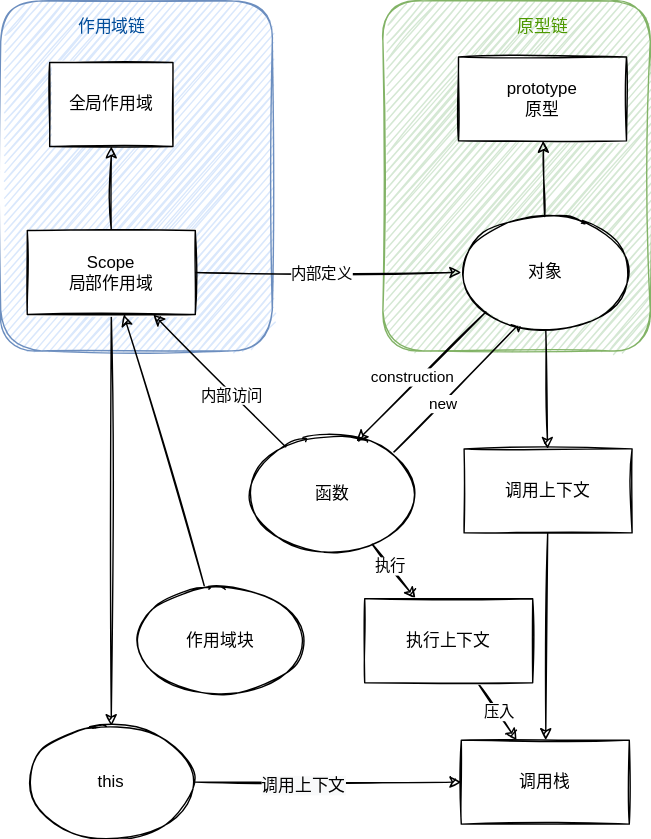
Above: computer/language/ECMAScript/scope&context&prototype.svg in Jie6/draw.io_store_open (draw.io), before the change. Source tidied: cells renumbered, new cells last; positions are measured from the earlier drawing's top-left corner, leaving out a move shared by most shapes. Source of this version:
```xml
<mxGraphModel>
  <root>
    <mxCell id="0" />
    <mxCell id="1" parent="0" />
    <mxCell id="2" style="rounded=1;whiteSpace=wrap;html=1;sketch=1;fillColor=#d5e8d4;strokeColor=#82b366;" parent="1" vertex="1">
      <mxGeometry x="273" width="191" height="250" as="geometry" />
    </mxCell>
    <mxCell id="3" style="rounded=1;whiteSpace=wrap;html=1;sketch=1;fillColor=#dae8fc;strokeColor=#6c8ebf;" parent="1" vertex="1">
      <mxGeometry width="194" height="250" as="geometry" />
    </mxCell>
    <mxCell id="4" style="rounded=0;jettySize=auto;html=1;sketch=1;" parent="1" edge="1" source="8" target="37">
      <mxGeometry relative="1" as="geometry" />
    </mxCell>
    <mxCell id="5" style="edgeStyle=none;rounded=0;sketch=1;jettySize=auto;html=1;" parent="1" edge="1" source="8" target="34">
      <mxGeometry relative="1" as="geometry" />
    </mxCell>
    <mxCell id="6" value="内部定义" style="edgeLabel;html=1;align=center;verticalAlign=middle;" parent="5" vertex="1">
      <mxGeometry x="-0.11" y="1" relative="1" as="geometry">
        <mxPoint x="5" y="1" as="offset" />
      </mxGeometry>
    </mxCell>
    <mxCell id="7" style="edgeStyle=none;rounded=0;sketch=1;jettySize=auto;html=1;" parent="1" edge="1" source="8" target="26">
      <mxGeometry relative="1" as="geometry" />
    </mxCell>
    <mxCell id="8" value="Scope&lt;br&gt;局部作用域" style="rounded=0;whiteSpace=wrap;html=1;sketch=1;" parent="1" vertex="1">
      <mxGeometry x="19" y="164" width="120" height="60" as="geometry" />
    </mxCell>
    <mxCell id="9" style="edgeStyle=none;rounded=0;sketch=1;jettySize=auto;html=1;" parent="1" edge="1" source="15" target="8">
      <mxGeometry relative="1" as="geometry" />
    </mxCell>
    <mxCell id="10" value="内部访问" style="edgeLabel;html=1;align=center;verticalAlign=middle;" parent="9" vertex="1">
      <mxGeometry x="-0.27" y="1" relative="1" as="geometry">
        <mxPoint x="-4" y="-3" as="offset" />
      </mxGeometry>
    </mxCell>
    <mxCell id="11" style="edgeStyle=none;rounded=0;sketch=1;jettySize=auto;html=1;" parent="1" edge="1" source="15" target="20">
      <mxGeometry relative="1" as="geometry" />
    </mxCell>
    <mxCell id="12" value="执行" style="edgeLabel;html=1;align=center;verticalAlign=middle;" parent="11" vertex="1">
      <mxGeometry x="-0.31" y="-1" relative="1" as="geometry">
        <mxPoint x="2" y="1" as="offset" />
      </mxGeometry>
    </mxCell>
    <mxCell id="13" style="edgeStyle=none;rounded=0;sketch=1;jettySize=auto;html=1;exitX=1;exitY=0;exitDx=0;exitDy=0;" parent="1" edge="1" source="15">
      <mxGeometry relative="1" as="geometry">
        <mxPoint x="373" y="228" as="targetPoint" />
      </mxGeometry>
    </mxCell>
    <mxCell id="14" value="new" style="edgeLabel;html=1;align=center;verticalAlign=middle;" parent="13" vertex="1">
      <mxGeometry x="-0.23" y="-1" relative="1" as="geometry" />
    </mxCell>
    <mxCell id="15" value="函数" style="ellipse;whiteSpace=wrap;html=1;sketch=1;" parent="1" vertex="1">
      <mxGeometry x="177" y="312" width="120" height="80" as="geometry" />
    </mxCell>
    <mxCell id="16" style="edgeStyle=none;rounded=0;sketch=1;jettySize=auto;html=1;" parent="1" edge="1" source="17" target="8">
      <mxGeometry relative="1" as="geometry" />
    </mxCell>
    <mxCell id="17" value="作用域块" style="ellipse;whiteSpace=wrap;html=1;sketch=1;" parent="1" vertex="1">
      <mxGeometry x="97" y="417" width="120" height="80" as="geometry" />
    </mxCell>
    <mxCell id="18" style="edgeStyle=none;rounded=0;sketch=1;jettySize=auto;html=1;" parent="1" edge="1" source="20" target="21">
      <mxGeometry relative="1" as="geometry" />
    </mxCell>
    <mxCell id="19" value="压入" style="edgeLabel;html=1;align=center;verticalAlign=middle;" parent="18" vertex="1">
      <mxGeometry x="0.18" relative="1" as="geometry">
        <mxPoint x="-1" y="-3" as="offset" />
      </mxGeometry>
    </mxCell>
    <mxCell id="20" value="执行上下文" style="rounded=0;whiteSpace=wrap;html=1;sketch=1;" parent="1" vertex="1">
      <mxGeometry x="260" y="427" width="120" height="60" as="geometry" />
    </mxCell>
    <mxCell id="21" value="调用栈" style="rounded=0;whiteSpace=wrap;html=1;sketch=1;" parent="1" vertex="1">
      <mxGeometry x="329" y="528" width="120" height="60" as="geometry" />
    </mxCell>
    <mxCell id="22" value="&lt;span style=&quot;color: rgba(0 , 0 , 0 , 0) ; font-family: monospace ; font-size: 0px&quot;&gt;%3CmxGraphModel%3E%3Croot%3E%3CmxCell%20id%3D%220%22%2F%3E%3CmxCell%20id%3D%221%22%20parent%3D%220%22%2F%3E%3CmxCell%20id%3D%222%22%20value%3D%22%E4%BD%9C%E7%94%A8%E5%9F%9F%E9%93%BE%22%20style%3D%22edgeLabel%3Bhtml%3D1%3Balign%3Dcenter%3BverticalAlign%3Dmiddle%3Bresizable%3D0%3Bpoints%3D%5B%5D%3B%22%20vertex%3D%221%22%20connectable%3D%220%22%20parent%3D%221%22%3E%3CmxGeometry%20x%3D%22140.36052315677819%22%20y%3D%22140.11535108728708%22%20as%3D%22geometry%22%2F%3E%3C%2FmxCell%3E%3C%2Froot%3E%3C%2FmxGraphModel%3E&lt;/span&gt;" style="text;html=1;align=center;verticalAlign=middle;strokeColor=none;fillColor=none;" parent="1" vertex="1">
      <mxGeometry x="281" y="312" width="10" height="23" as="geometry" />
    </mxCell>
    <mxCell id="23" value="&lt;span style=&quot;color: rgba(0 , 0 , 0 , 0) ; font-family: monospace ; font-size: 0px&quot;&gt;3CmxGraphModel%3E%3Croot%3E%3CmxCell%20id%3D%220%22%2F%3E%3CmxCell%20id%3D%221%22%20parent%3D%220%22%2F%3E%3CmxCell%20id%3D%222%22%20value%3D%22%E4%BD%9C%E7%94%A8%E5%9F%9F%E9%93%BE%22%20style%3D%22edgeLabel%3Bhtml%3D1%3Balign%3Dcenter%3BverticalAlign%3Dmiddle%3Bresizable%3D0%3Bpoints%3D%5B%5D%3B%22%20vertex%3D%221%22%20connectable%3D%220%22%20parent%3D%221%22%3E%3CmxGeometry%20x%3D%22140.36052315677819%22%20y%3D%22140.11535108728708%22%20as%3D%22geometry%22%2F%3E%3C%2FmxCell%3E%3C%2Froot%3E%3C%2FmxGraphModel%3E&lt;/span&gt;" style="text;html=1;align=center;verticalAlign=middle;strokeColor=none;fillColor=none;" parent="1" vertex="1">
      <mxGeometry x="260" y="322" width="10" height="23" as="geometry" />
    </mxCell>
    <mxCell id="24" style="edgeStyle=none;rounded=0;sketch=1;jettySize=auto;html=1;" parent="1" edge="1" source="26" target="21">
      <mxGeometry relative="1" as="geometry" />
    </mxCell>
    <mxCell id="25" value="&lt;span style=&quot;font-size: 12px ; background-color: rgb(248 , 249 , 250)&quot;&gt;调用上下文&lt;/span&gt;" style="edgeLabel;html=1;align=center;verticalAlign=middle;" parent="24" vertex="1">
      <mxGeometry x="-0.38" y="-2" relative="1" as="geometry">
        <mxPoint x="17" as="offset" />
      </mxGeometry>
    </mxCell>
    <mxCell id="26" value="this&lt;span style=&quot;color: rgba(0 , 0 , 0 , 0) ; font-family: monospace ; font-size: 0px&quot;&gt;%3CmxGraphModel%3E%3Croot%3E%3CmxCell%20id%3D%220%22%2F%3E%3CmxCell%20id%3D%221%22%20parent%3D%220%22%2F%3E%3CmxCell%20id%3D%222%22%20value%3D%22%E8%B0%83%E7%94%A8%E4%B8%8A%E4%B8%8B%E6%96%87%22%20style%3D%22edgeLabel%3Bhtml%3D1%3Balign%3Dcenter%3BverticalAlign%3Dmiddle%3Bresizable%3D0%3Bpoints%3D%5B%5D%3B%22%20vertex%3D%221%22%20connectable%3D%220%22%20parent%3D%221%22%3E%3CmxGeometry%20x%3D%22292.0047059467821%22%20y%3D%22639.620803979748%22%20as%3D%22geometry%22%2F%3E%3C%2FmxCell%3E%3C%2Froot%3E%3C%2FmxGraphModel%3E&lt;/span&gt;" style="ellipse;whiteSpace=wrap;html=1;sketch=1;" parent="1" vertex="1">
      <mxGeometry x="19" y="518" width="120" height="80" as="geometry" />
    </mxCell>
    <mxCell id="27" style="edgeStyle=none;rounded=0;sketch=1;jettySize=auto;html=1;entryX=0.643;entryY=0.033;entryDx=0;entryDy=0;entryPerimeter=0;exitX=0;exitY=1;exitDx=0;exitDy=0;" parent="1" edge="1" source="34" target="15">
      <mxGeometry relative="1" as="geometry" />
    </mxCell>
    <mxCell id="28" value="construction" style="edgeLabel;html=1;align=center;verticalAlign=middle;" parent="27" vertex="1">
      <mxGeometry x="-0.21" y="1" relative="1" as="geometry">
        <mxPoint x="-17" y="9" as="offset" />
      </mxGeometry>
    </mxCell>
    <mxCell id="29" style="edgeStyle=none;rounded=0;sketch=1;jettySize=auto;html=1;" parent="1" edge="1" source="34" target="31">
      <mxGeometry relative="1" as="geometry" />
    </mxCell>
    <mxCell id="30" style="edgeStyle=none;rounded=0;sketch=1;jettySize=auto;html=1;" parent="1" edge="1" source="31" target="21">
      <mxGeometry relative="1" as="geometry" />
    </mxCell>
    <mxCell id="31" value="&lt;span&gt;调用上下文&lt;/span&gt;" style="rounded=0;whiteSpace=wrap;html=1;sketch=1;" parent="1" vertex="1">
      <mxGeometry x="331" y="320" width="120" height="60" as="geometry" />
    </mxCell>
    <mxCell id="32" value="原型链" style="text;html=1;align=center;verticalAlign=middle;strokeColor=none;fillColor=none;fontColor=#4D9900;" parent="1" vertex="1">
      <mxGeometry x="364" y="10" width="46" height="18" as="geometry" />
    </mxCell>
    <mxCell id="33" value="prototype&lt;br&gt;原型" style="rounded=0;whiteSpace=wrap;html=1;sketch=1;" parent="1" vertex="1">
      <mxGeometry x="327" y="40" width="120" height="60" as="geometry" />
    </mxCell>
    <mxCell id="34" value="&lt;span&gt;对象&lt;/span&gt;" style="ellipse;whiteSpace=wrap;html=1;sketch=1;" parent="1" vertex="1">
      <mxGeometry x="329" y="154" width="120" height="80" as="geometry" />
    </mxCell>
    <mxCell id="35" style="edgeStyle=none;rounded=0;sketch=1;jettySize=auto;html=1;" parent="1" edge="1" source="34" target="33">
      <mxGeometry relative="1" as="geometry" />
    </mxCell>
    <mxCell id="36" value="作用域链" style="text;html=1;align=center;verticalAlign=middle;strokeColor=none;fillColor=none;fontColor=#004C99;" parent="1" vertex="1">
      <mxGeometry x="50" y="10" width="58" height="18" as="geometry" />
    </mxCell>
    <mxCell id="37" value="全局作用域" style="rounded=0;whiteSpace=wrap;html=1;sketch=1;" parent="1" vertex="1">
      <mxGeometry x="35" y="44" width="88.1" height="60" as="geometry" />
    </mxCell>
  </root>
</mxGraphModel>
```
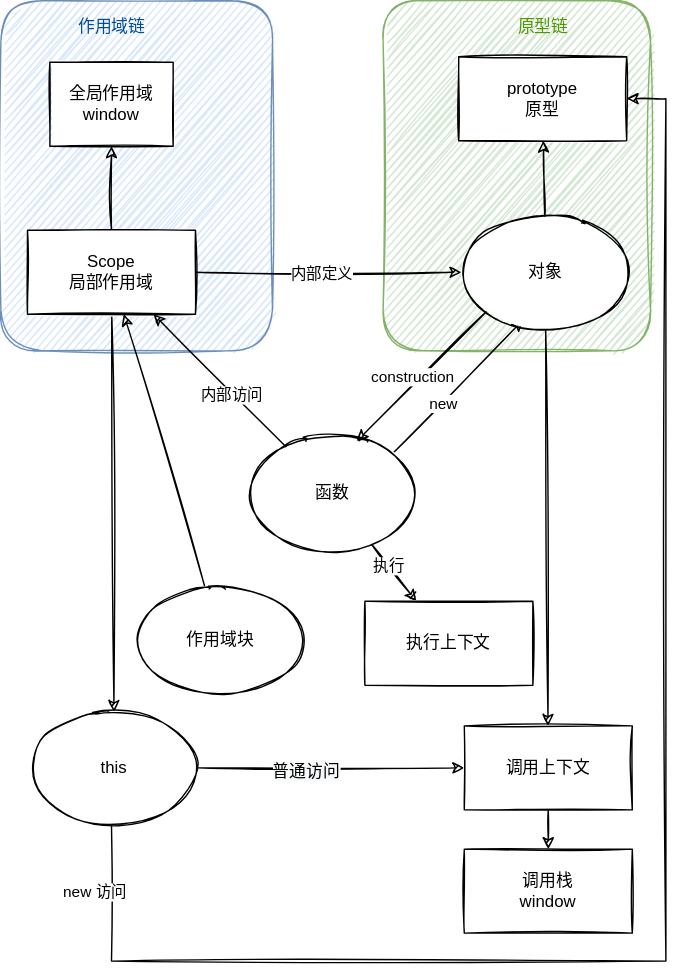
After the change.

Commit message:
:heavy_plus_sign:

Diff of the diagram source:
```diff
@@ -14,7 +14,7 @@
     <mxCell id="5" style="edgeStyle=none;rounded=0;sketch=1;jettySize=auto;html=1;" parent="1" edge="1" source="8" target="34">
       <mxGeometry relative="1" as="geometry" />
     </mxCell>
-    <mxCell id="6" value="内部定义" style="edgeLabel;html=1;align=center;verticalAlign=middle;" parent="5" vertex="1">
+    <mxCell id="6" value="内部定义" style="edgeLabel;html=1;align=center;verticalAlign=middle;sketch=1;" parent="5" vertex="1">
       <mxGeometry x="-0.11" y="1" relative="1" as="geometry">
         <mxPoint x="5" y="1" as="offset" />
       </mxGeometry>
@@ -28,7 +28,7 @@
     <mxCell id="9" style="edgeStyle=none;rounded=0;sketch=1;jettySize=auto;html=1;" parent="1" edge="1" source="15" target="8">
       <mxGeometry relative="1" as="geometry" />
     </mxCell>
-    <mxCell id="10" value="内部访问" style="edgeLabel;html=1;align=center;verticalAlign=middle;" parent="9" vertex="1">
+    <mxCell id="10" value="内部访问" style="edgeLabel;html=1;align=center;verticalAlign=middle;sketch=1;" parent="9" vertex="1">
       <mxGeometry x="-0.27" y="1" relative="1" as="geometry">
         <mxPoint x="-4" y="-3" as="offset" />
       </mxGeometry>
@@ -36,7 +36,7 @@
     <mxCell id="11" style="edgeStyle=none;rounded=0;sketch=1;jettySize=auto;html=1;" parent="1" edge="1" source="15" target="20">
       <mxGeometry relative="1" as="geometry" />
     </mxCell>
-    <mxCell id="12" value="执行" style="edgeLabel;html=1;align=center;verticalAlign=middle;" parent="11" vertex="1">
+    <mxCell id="12" value="执行" style="edgeLabel;html=1;align=center;verticalAlign=middle;sketch=1;" parent="11" vertex="1">
       <mxGeometry x="-0.31" y="-1" relative="1" as="geometry">
         <mxPoint x="2" y="1" as="offset" />
       </mxGeometry>
@@ -46,7 +46,7 @@
         <mxPoint x="373" y="228" as="targetPoint" />
       </mxGeometry>
     </mxCell>
-    <mxCell id="14" value="new" style="edgeLabel;html=1;align=center;verticalAlign=middle;" parent="13" vertex="1">
+    <mxCell id="14" value="new" style="edgeLabel;html=1;align=center;verticalAlign=middle;sketch=1;" parent="13" vertex="1">
       <mxGeometry x="-0.23" y="-1" relative="1" as="geometry" />
     </mxCell>
     <mxCell id="15" value="函数" style="ellipse;whiteSpace=wrap;html=1;sketch=1;" parent="1" vertex="1">
@@ -58,41 +58,47 @@
     <mxCell id="17" value="作用域块" style="ellipse;whiteSpace=wrap;html=1;sketch=1;" parent="1" vertex="1">
       <mxGeometry x="97" y="417" width="120" height="80" as="geometry" />
     </mxCell>
-    <mxCell id="18" style="edgeStyle=none;rounded=0;sketch=1;jettySize=auto;html=1;" parent="1" edge="1" source="20" target="21">
-      <mxGeometry relative="1" as="geometry" />
-    </mxCell>
-    <mxCell id="19" value="压入" style="edgeLabel;html=1;align=center;verticalAlign=middle;" parent="18" vertex="1">
-      <mxGeometry x="0.18" relative="1" as="geometry">
-        <mxPoint x="-1" y="-3" as="offset" />
-      </mxGeometry>
-    </mxCell>
     <mxCell id="20" value="执行上下文" style="rounded=0;whiteSpace=wrap;html=1;sketch=1;" parent="1" vertex="1">
-      <mxGeometry x="260" y="427" width="120" height="60" as="geometry" />
+      <mxGeometry x="260" y="429" width="120" height="60" as="geometry" />
     </mxCell>
-    <mxCell id="21" value="调用栈" style="rounded=0;whiteSpace=wrap;html=1;sketch=1;" parent="1" vertex="1">
-      <mxGeometry x="329" y="528" width="120" height="60" as="geometry" />
+    <mxCell id="21" value="调用栈&lt;br&gt;window" style="rounded=0;whiteSpace=wrap;html=1;sketch=1;" parent="1" vertex="1">
+      <mxGeometry x="331" y="606" width="120" height="60" as="geometry" />
     </mxCell>
-    <mxCell id="22" value="&lt;span style=&quot;color: rgba(0 , 0 , 0 , 0) ; font-family: monospace ; font-size: 0px&quot;&gt;%3CmxGraphModel%3E%3Croot%3E%3CmxCell%20id%3D%220%22%2F%3E%3CmxCell%20id%3D%221%22%20parent%3D%220%22%2F%3E%3CmxCell%20id%3D%222%22%20value%3D%22%E4%BD%9C%E7%94%A8%E5%9F%9F%E9%93%BE%22%20style%3D%22edgeLabel%3Bhtml%3D1%3Balign%3Dcenter%3BverticalAlign%3Dmiddle%3Bresizable%3D0%3Bpoints%3D%5B%5D%3B%22%20vertex%3D%221%22%20connectable%3D%220%22%20parent%3D%221%22%3E%3CmxGeometry%20x%3D%22140.36052315677819%22%20y%3D%22140.11535108728708%22%20as%3D%22geometry%22%2F%3E%3C%2FmxCell%3E%3C%2Froot%3E%3C%2FmxGraphModel%3E&lt;/span&gt;" style="text;html=1;align=center;verticalAlign=middle;strokeColor=none;fillColor=none;" parent="1" vertex="1">
+    <mxCell id="22" value="&lt;span style=&quot;color: rgba(0 , 0 , 0 , 0) ; font-family: monospace ; font-size: 0px&quot;&gt;%3CmxGraphModel%3E%3Croot%3E%3CmxCell%20id%3D%220%22%2F%3E%3CmxCell%20id%3D%221%22%20parent%3D%220%22%2F%3E%3CmxCell%20id%3D%222%22%20value%3D%22%E4%BD%9C%E7%94%A8%E5%9F%9F%E9%93%BE%22%20style%3D%22edgeLabel%3Bhtml%3D1%3Balign%3Dcenter%3BverticalAlign%3Dmiddle%3Bresizable%3D0%3Bpoints%3D%5B%5D%3B%22%20vertex%3D%221%22%20connectable%3D%220%22%20parent%3D%221%22%3E%3CmxGeometry%20x%3D%22140.36052315677819%22%20y%3D%22140.11535108728708%22%20as%3D%22geometry%22%2F%3E%3C%2FmxCell%3E%3C%2Froot%3E%3C%2FmxGraphModel%3E&lt;/span&gt;" style="text;html=1;align=center;verticalAlign=middle;strokeColor=none;fillColor=none;sketch=1;" parent="1" vertex="1">
       <mxGeometry x="281" y="312" width="10" height="23" as="geometry" />
     </mxCell>
-    <mxCell id="23" value="&lt;span style=&quot;color: rgba(0 , 0 , 0 , 0) ; font-family: monospace ; font-size: 0px&quot;&gt;3CmxGraphModel%3E%3Croot%3E%3CmxCell%20id%3D%220%22%2F%3E%3CmxCell%20id%3D%221%22%20parent%3D%220%22%2F%3E%3CmxCell%20id%3D%222%22%20value%3D%22%E4%BD%9C%E7%94%A8%E5%9F%9F%E9%93%BE%22%20style%3D%22edgeLabel%3Bhtml%3D1%3Balign%3Dcenter%3BverticalAlign%3Dmiddle%3Bresizable%3D0%3Bpoints%3D%5B%5D%3B%22%20vertex%3D%221%22%20connectable%3D%220%22%20parent%3D%221%22%3E%3CmxGeometry%20x%3D%22140.36052315677819%22%20y%3D%22140.11535108728708%22%20as%3D%22geometry%22%2F%3E%3C%2FmxCell%3E%3C%2Froot%3E%3C%2FmxGraphModel%3E&lt;/span&gt;" style="text;html=1;align=center;verticalAlign=middle;strokeColor=none;fillColor=none;" parent="1" vertex="1">
+    <mxCell id="23" value="&lt;span style=&quot;color: rgba(0 , 0 , 0 , 0) ; font-family: monospace ; font-size: 0px&quot;&gt;3CmxGraphModel%3E%3Croot%3E%3CmxCell%20id%3D%220%22%2F%3E%3CmxCell%20id%3D%221%22%20parent%3D%220%22%2F%3E%3CmxCell%20id%3D%222%22%20value%3D%22%E4%BD%9C%E7%94%A8%E5%9F%9F%E9%93%BE%22%20style%3D%22edgeLabel%3Bhtml%3D1%3Balign%3Dcenter%3BverticalAlign%3Dmiddle%3Bresizable%3D0%3Bpoints%3D%5B%5D%3B%22%20vertex%3D%221%22%20connectable%3D%220%22%20parent%3D%221%22%3E%3CmxGeometry%20x%3D%22140.36052315677819%22%20y%3D%22140.11535108728708%22%20as%3D%22geometry%22%2F%3E%3C%2FmxCell%3E%3C%2Froot%3E%3C%2FmxGraphModel%3E&lt;/span&gt;" style="text;html=1;align=center;verticalAlign=middle;strokeColor=none;fillColor=none;sketch=1;" parent="1" vertex="1">
       <mxGeometry x="260" y="322" width="10" height="23" as="geometry" />
     </mxCell>
-    <mxCell id="24" style="edgeStyle=none;rounded=0;sketch=1;jettySize=auto;html=1;" parent="1" edge="1" source="26" target="21">
+    <mxCell id="24" style="edgeStyle=none;rounded=0;sketch=1;jettySize=auto;html=1;" parent="1" edge="1" source="26" target="31">
       <mxGeometry relative="1" as="geometry" />
     </mxCell>
-    <mxCell id="25" value="&lt;span style=&quot;font-size: 12px ; background-color: rgb(248 , 249 , 250)&quot;&gt;调用上下文&lt;/span&gt;" style="edgeLabel;html=1;align=center;verticalAlign=middle;" parent="24" vertex="1">
+    <mxCell id="25" value="&lt;span style=&quot;font-size: 12px ; background-color: rgb(248 , 249 , 250)&quot;&gt;普通访问&lt;/span&gt;" style="edgeLabel;html=1;align=center;verticalAlign=middle;sketch=1;" parent="24" vertex="1">
       <mxGeometry x="-0.38" y="-2" relative="1" as="geometry">
         <mxPoint x="17" as="offset" />
       </mxGeometry>
     </mxCell>
+    <mxCell id="38" style="rounded=0;jettySize=auto;html=1;edgeStyle=orthogonalEdgeStyle;sketch=1;" parent="1" edge="1" source="26" target="33">
+      <mxGeometry relative="1" as="geometry">
+        <Array as="points">
+          <mxPoint x="79" y="686" />
+          <mxPoint x="475" y="686" />
+          <mxPoint x="475" y="70" />
+        </Array>
+      </mxGeometry>
+    </mxCell>
+    <mxCell id="39" value="new 访问" style="edgeLabel;html=1;align=center;verticalAlign=middle;sketch=1;" parent="38" vertex="1">
+      <mxGeometry x="-0.74" y="2" relative="1" as="geometry">
+        <mxPoint x="-60" y="-48" as="offset" />
+      </mxGeometry>
+    </mxCell>
     <mxCell id="26" value="this&lt;span style=&quot;color: rgba(0 , 0 , 0 , 0) ; font-family: monospace ; font-size: 0px&quot;&gt;%3CmxGraphModel%3E%3Croot%3E%3CmxCell%20id%3D%220%22%2F%3E%3CmxCell%20id%3D%221%22%20parent%3D%220%22%2F%3E%3CmxCell%20id%3D%222%22%20value%3D%22%E8%B0%83%E7%94%A8%E4%B8%8A%E4%B8%8B%E6%96%87%22%20style%3D%22edgeLabel%3Bhtml%3D1%3Balign%3Dcenter%3BverticalAlign%3Dmiddle%3Bresizable%3D0%3Bpoints%3D%5B%5D%3B%22%20vertex%3D%221%22%20connectable%3D%220%22%20parent%3D%221%22%3E%3CmxGeometry%20x%3D%22292.0047059467821%22%20y%3D%22639.620803979748%22%20as%3D%22geometry%22%2F%3E%3C%2FmxCell%3E%3C%2Froot%3E%3C%2FmxGraphModel%3E&lt;/span&gt;" style="ellipse;whiteSpace=wrap;html=1;sketch=1;" parent="1" vertex="1">
-      <mxGeometry x="19" y="518" width="120" height="80" as="geometry" />
+      <mxGeometry x="21" y="508" width="120" height="80" as="geometry" />
     </mxCell>
     <mxCell id="27" style="edgeStyle=none;rounded=0;sketch=1;jettySize=auto;html=1;entryX=0.643;entryY=0.033;entryDx=0;entryDy=0;entryPerimeter=0;exitX=0;exitY=1;exitDx=0;exitDy=0;" parent="1" edge="1" source="34" target="15">
       <mxGeometry relative="1" as="geometry" />
     </mxCell>
-    <mxCell id="28" value="construction" style="edgeLabel;html=1;align=center;verticalAlign=middle;" parent="27" vertex="1">
+    <mxCell id="28" value="construction" style="edgeLabel;html=1;align=center;verticalAlign=middle;sketch=1;" parent="27" vertex="1">
       <mxGeometry x="-0.21" y="1" relative="1" as="geometry">
         <mxPoint x="-17" y="9" as="offset" />
       </mxGeometry>
@@ -104,9 +110,9 @@
       <mxGeometry relative="1" as="geometry" />
     </mxCell>
     <mxCell id="31" value="&lt;span&gt;调用上下文&lt;/span&gt;" style="rounded=0;whiteSpace=wrap;html=1;sketch=1;" parent="1" vertex="1">
-      <mxGeometry x="331" y="320" width="120" height="60" as="geometry" />
+      <mxGeometry x="331" y="518" width="120" height="60" as="geometry" />
     </mxCell>
-    <mxCell id="32" value="原型链" style="text;html=1;align=center;verticalAlign=middle;strokeColor=none;fillColor=none;fontColor=#4D9900;" parent="1" vertex="1">
+    <mxCell id="32" value="原型链" style="text;html=1;align=center;verticalAlign=middle;strokeColor=none;fillColor=none;fontColor=#4D9900;sketch=1;" parent="1" vertex="1">
       <mxGeometry x="364" y="10" width="46" height="18" as="geometry" />
     </mxCell>
     <mxCell id="33" value="prototype&lt;br&gt;原型" style="rounded=0;whiteSpace=wrap;html=1;sketch=1;" parent="1" vertex="1">
@@ -118,10 +124,10 @@
     <mxCell id="35" style="edgeStyle=none;rounded=0;sketch=1;jettySize=auto;html=1;" parent="1" edge="1" source="34" target="33">
       <mxGeometry relative="1" as="geometry" />
     </mxCell>
-    <mxCell id="36" value="作用域链" style="text;html=1;align=center;verticalAlign=middle;strokeColor=none;fillColor=none;fontColor=#004C99;" parent="1" vertex="1">
+    <mxCell id="36" value="作用域链" style="text;html=1;align=center;verticalAlign=middle;strokeColor=none;fillColor=none;fontColor=#004C99;sketch=1;" parent="1" vertex="1">
       <mxGeometry x="50" y="10" width="58" height="18" as="geometry" />
     </mxCell>
-    <mxCell id="37" value="全局作用域" style="rounded=0;whiteSpace=wrap;html=1;sketch=1;" parent="1" vertex="1">
+    <mxCell id="37" value="全局作用域&lt;br&gt;window" style="rounded=0;whiteSpace=wrap;html=1;sketch=1;" parent="1" vertex="1">
       <mxGeometry x="35" y="44" width="88.1" height="60" as="geometry" />
     </mxCell>
   </root>
```
